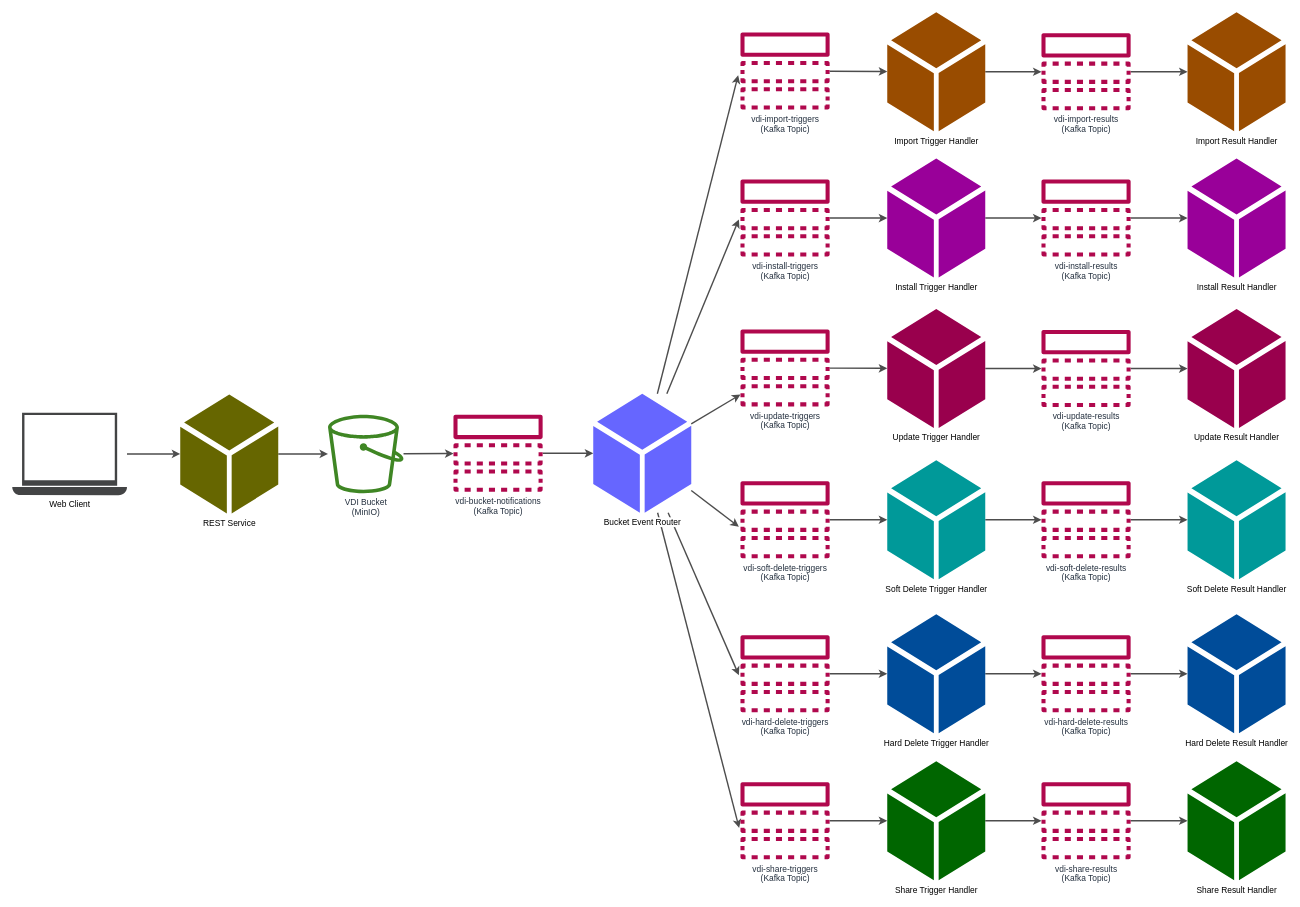
Above: page "overall-flow" (2 of 10) of docs/design/1.0/diagrams/vdi.drawio in VEuPathDB/VDI (draw.io), before the change. Source tidied: cells renumbered, new cells numbered last; positions are measured from the earlier drawing's top-left corner, leaving out a move shared by most shapes. Both pictures are drawn from the tidied source at 70%, with x=0, y=0 at pixel (12, 12). Pictures stored in the file or linked from it are replaced by grey dashed boxes.
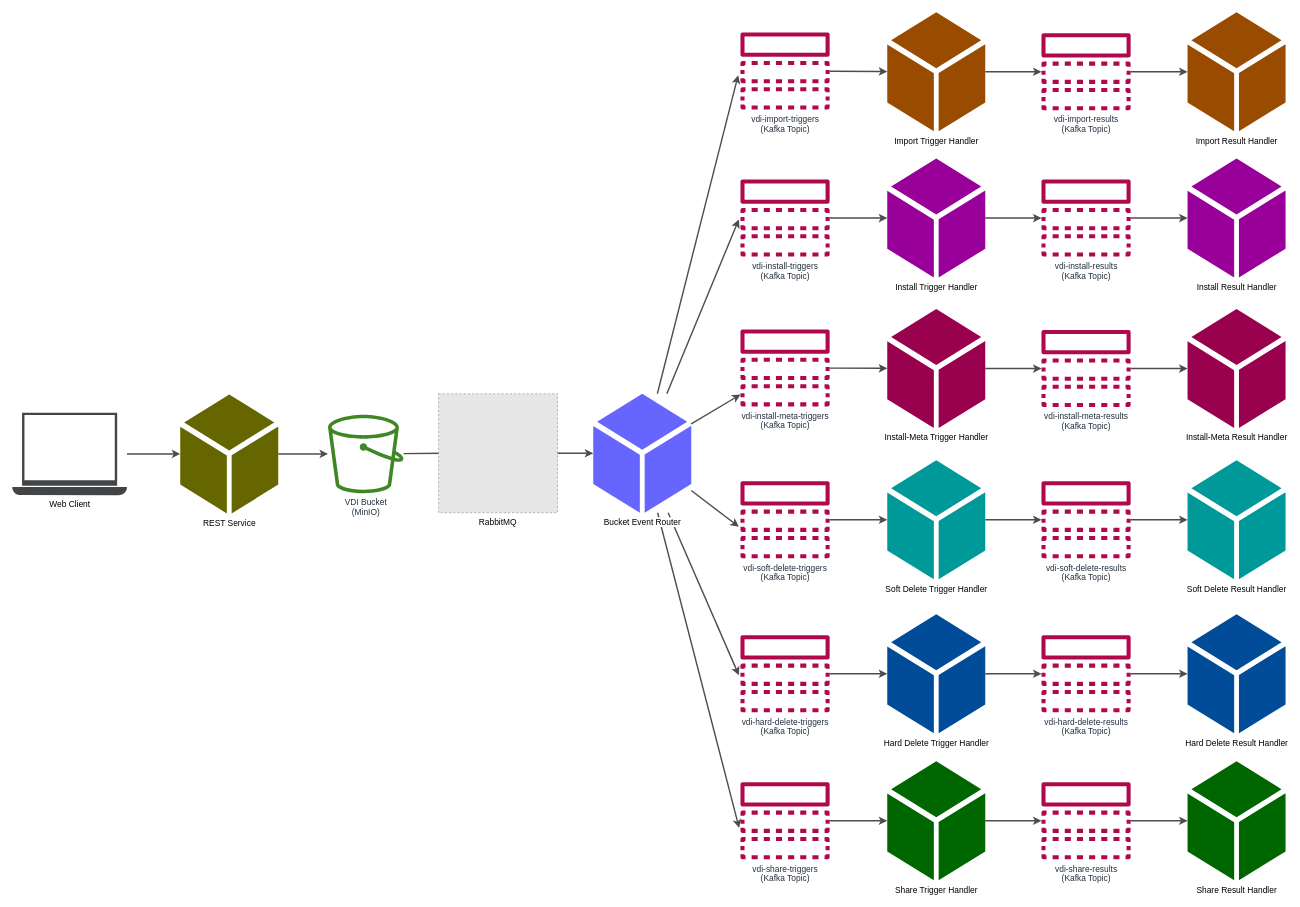
Above is the later version.

Unchanged cells that the change refers to:
```xml
<mxCell id="7" value="VDI Bucket&lt;br&gt;(MinIO)" style="sketch=0;outlineConnect=0;fontColor=#232F3E;gradientColor=none;fillColor=#3F8624;strokeColor=none;dashed=0;verticalLabelPosition=bottom;verticalAlign=top;align=center;html=1;fontSize=12;fontStyle=0;shape=mxgraph.aws4.bucket;" parent="1" vertex="1">
  <mxGeometry x="451.1" y="574.9" width="107.9" height="112.2" as="geometry" />
</mxCell>
<mxCell id="16" value="&lt;span style=&quot;background-color: rgb(255, 255, 255);&quot;&gt;Bucket Event Router&lt;/span&gt;" style="sketch=0;shadow=0;dashed=0;html=1;strokeColor=none;fillColor=#6666FF;labelPosition=center;verticalLabelPosition=bottom;verticalAlign=top;outlineConnect=0;align=center;shape=mxgraph.office.concepts.node_generic;" parent="1" vertex="1">
  <mxGeometry x="830" y="545" width="140" height="170" as="geometry" />
</mxCell>
```

The edit, as a diff of the source:
```diff
@@
-    <mxCell id="6" style="edgeStyle=none;rounded=0;jettySize=auto;html=1;strokeColor=#4D4D4D;strokeWidth=2;" parent="1" edge="1" source="7" target="9">
+    <mxCell id="6" style="edgeStyle=none;rounded=0;jettySize=auto;html=1;strokeColor=#4D4D4D;strokeWidth=2;entryX=0.09;entryY=0.5;entryDx=0;entryDy=0;entryPerimeter=0;" parent="1" edge="1" source="7" target="59">
       <mxGeometry relative="1" as="geometry" />
     </mxCell>
@@
-    <mxCell id="8" style="edgeStyle=none;rounded=0;jettySize=auto;html=1;strokeColor=#4D4D4D;strokeWidth=2;" parent="1" edge="1" source="9" target="16">
-      <mxGeometry relative="1" as="geometry" />
+    <mxCell id="8" style="edgeStyle=none;rounded=0;jettySize=auto;html=1;strokeColor=#4D4D4D;strokeWidth=2;" parent="1" edge="1" target="16">
+      <mxGeometry relative="1" as="geometry">
+        <mxPoint x="757.7" y="630" as="sourcePoint" />
+      </mxGeometry>
     </mxCell>
-    <mxCell id="9" value="vdi-bucket-notifications&lt;br&gt;(Kafka Topic)" style="sketch=0;outlineConnect=0;fontColor=#232F3E;gradientColor=none;fillColor=#B0084D;strokeColor=none;dashed=0;verticalLabelPosition=bottom;verticalAlign=top;align=center;html=1;fontSize=12;fontStyle=0;shape=mxgraph.aws4.topic;" parent="1" vertex="1">
-      <mxGeometry x="630" y="575.1" width="128" height="110" as="geometry" />
-    </mxCell>
@@
-    <mxCell id="18" value="vdi-update-triggers&lt;br&gt;(Kafka Topic)" style="sketch=0;outlineConnect=0;fontColor=#232F3E;gradientColor=none;fillColor=#B0084D;strokeColor=none;dashed=0;verticalLabelPosition=bottom;verticalAlign=top;align=center;html=1;fontSize=12;fontStyle=0;shape=mxgraph.aws4.topic;" parent="1" vertex="1">
+    <mxCell id="18" value="vdi-install-meta-triggers&lt;br&gt;(Kafka Topic)" style="sketch=0;outlineConnect=0;fontColor=#232F3E;gradientColor=none;fillColor=#B0084D;strokeColor=none;dashed=0;verticalLabelPosition=bottom;verticalAlign=top;align=center;html=1;fontSize=12;fontStyle=0;shape=mxgraph.aws4.topic;" parent="1" vertex="1">
       <mxGeometry x="1040" y="453.1" width="128" height="110" as="geometry" />
     </mxCell>
@@
-    <mxCell id="32" value="Update Trigger Handler" style="sketch=0;shadow=0;dashed=0;html=1;strokeColor=none;fillColor=#99004D;labelPosition=center;verticalLabelPosition=bottom;verticalAlign=top;outlineConnect=0;align=center;shape=mxgraph.office.concepts.node_generic;" parent="1" vertex="1">
+    <mxCell id="32" value="Install-Meta Trigger Handler" style="sketch=0;shadow=0;dashed=0;html=1;strokeColor=none;fillColor=#99004D;labelPosition=center;verticalLabelPosition=bottom;verticalAlign=top;outlineConnect=0;align=center;shape=mxgraph.office.concepts.node_generic;" parent="1" vertex="1">
       <mxGeometry x="1250" y="424" width="140" height="170" as="geometry" />
     </mxCell>
@@
-    <mxCell id="42" value="vdi-update-results&lt;br&gt;(Kafka Topic)" style="sketch=0;outlineConnect=0;fontColor=#232F3E;gradientColor=none;fillColor=#B0084D;strokeColor=none;dashed=0;verticalLabelPosition=bottom;verticalAlign=top;align=center;html=1;fontSize=12;fontStyle=0;shape=mxgraph.aws4.topic;" parent="1" vertex="1">
+    <mxCell id="42" value="vdi-install-meta-results&lt;br&gt;(Kafka Topic)" style="sketch=0;outlineConnect=0;fontColor=#232F3E;gradientColor=none;fillColor=#B0084D;strokeColor=none;dashed=0;verticalLabelPosition=bottom;verticalAlign=top;align=center;html=1;fontSize=12;fontStyle=0;shape=mxgraph.aws4.topic;" parent="1" vertex="1">
       <mxGeometry x="1470" y="454" width="128" height="110" as="geometry" />
     </mxCell>
@@
-    <mxCell id="49" value="Update Result Handler" style="sketch=0;shadow=0;dashed=0;html=1;strokeColor=none;fillColor=#99004D;labelPosition=center;verticalLabelPosition=bottom;verticalAlign=top;outlineConnect=0;align=center;shape=mxgraph.office.concepts.node_generic;" parent="1" vertex="1">
+    <mxCell id="49" value="Install-Meta Result Handler" style="sketch=0;shadow=0;dashed=0;html=1;strokeColor=none;fillColor=#99004D;labelPosition=center;verticalLabelPosition=bottom;verticalAlign=top;outlineConnect=0;align=center;shape=mxgraph.office.concepts.node_generic;" parent="1" vertex="1">
       <mxGeometry x="1679" y="424" width="140" height="170" as="geometry" />
     </mxCell>
@@
+    <mxCell id="59" value="RabbitMQ" style="fillColor=#E6E6E6;strokeColor=#999999;dashed=1;verticalLabelPosition=bottom;labelBackgroundColor=default;verticalAlign=top;" parent="1" vertex="1">
+      <mxGeometry x="609" y="545" width="170" height="170" as="geometry" />
+    </mxCell>
```
